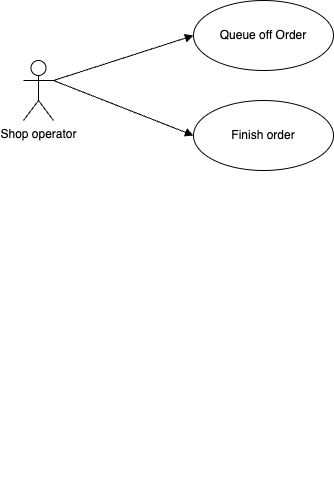
Above: solution-design/use_cases_shop_operator.png in ngocthonguyen/digital_coffee (draw.io), before the change. Source tidied: cells renumbered, new cells last; positions are measured from the earlier drawing's top-left corner, leaving out a move shared by most shapes. The source it was exported from:
```xml
<mxGraphModel>
  <root>
    <mxCell id="0" />
    <mxCell id="1" parent="0" />
    <mxCell id="2" value="&lt;div&gt;Shop operator&lt;/div&gt;" style="shape=umlActor;verticalLabelPosition=bottom;verticalAlign=top;html=1;outlineConnect=0;" parent="1" vertex="1">
      <mxGeometry y="60" width="30" height="60" as="geometry" />
    </mxCell>
    <mxCell id="3" style="edgeStyle=orthogonalEdgeStyle;rounded=0;orthogonalLoop=1;jettySize=auto;html=1;exitX=0.5;exitY=1;exitDx=0;exitDy=0;" parent="1" edge="1">
      <mxGeometry relative="1" as="geometry">
        <mxPoint x="240" y="480" as="sourcePoint" />
        <mxPoint x="240" y="480" as="targetPoint" />
      </mxGeometry>
    </mxCell>
    <mxCell id="4" value="Queue off Order" style="ellipse;whiteSpace=wrap;html=1;" parent="1" vertex="1">
      <mxGeometry x="170" width="140" height="70" as="geometry" />
    </mxCell>
    <mxCell id="5" value="Finish order" style="ellipse;whiteSpace=wrap;html=1;" parent="1" vertex="1">
      <mxGeometry x="170" y="100" width="140" height="70" as="geometry" />
    </mxCell>
    <mxCell id="6" style="html=1;verticalAlign=bottom;labelBackgroundColor=none;endArrow=block;endFill=1;rounded=0;entryX=0;entryY=0.5;entryDx=0;entryDy=0;exitX=1;exitY=0.3333333333333333;exitDx=0;exitDy=0;exitPerimeter=0;" parent="1" edge="1" source="2" target="4">
      <mxGeometry relative="1" as="geometry" />
    </mxCell>
    <mxCell id="7" style="html=1;verticalAlign=bottom;labelBackgroundColor=none;endArrow=block;endFill=1;rounded=0;entryX=0;entryY=0.5;entryDx=0;entryDy=0;exitX=1;exitY=0.3333333333333333;exitDx=0;exitDy=0;exitPerimeter=0;" parent="1" edge="1" source="2" target="5">
      <mxGeometry relative="1" as="geometry" />
    </mxCell>
  </root>
</mxGraphModel>
```
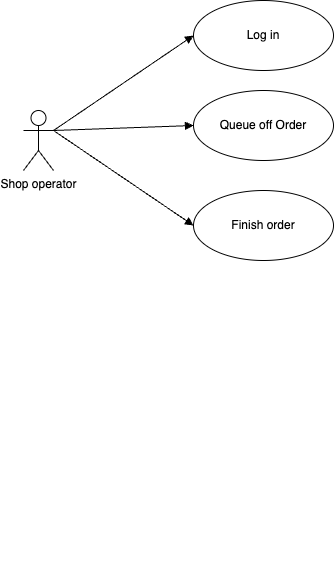
The same diagram one commit later.

What changed in the source:
```diff
@@ -3,7 +3,7 @@
     <mxCell id="0" />
     <mxCell id="1" parent="0" />
     <mxCell id="2" value="&lt;div&gt;Shop operator&lt;/div&gt;" style="shape=umlActor;verticalLabelPosition=bottom;verticalAlign=top;html=1;outlineConnect=0;" parent="1" vertex="1">
-      <mxGeometry y="60" width="30" height="60" as="geometry" />
+      <mxGeometry y="20" width="30" height="60" as="geometry" />
     </mxCell>
     <mxCell id="3" style="edgeStyle=orthogonalEdgeStyle;rounded=0;orthogonalLoop=1;jettySize=auto;html=1;exitX=0.5;exitY=1;exitDx=0;exitDy=0;" parent="1" edge="1">
       <mxGeometry relative="1" as="geometry">
@@ -23,5 +23,11 @@
     <mxCell id="7" style="html=1;verticalAlign=bottom;labelBackgroundColor=none;endArrow=block;endFill=1;rounded=0;entryX=0;entryY=0.5;entryDx=0;entryDy=0;exitX=1;exitY=0.3333333333333333;exitDx=0;exitDy=0;exitPerimeter=0;" parent="1" edge="1" source="2" target="5">
       <mxGeometry relative="1" as="geometry" />
     </mxCell>
+    <mxCell id="8" value="Log in" style="ellipse;whiteSpace=wrap;html=1;" parent="1" vertex="1">
+      <mxGeometry x="170" y="-90" width="140" height="70" as="geometry" />
+    </mxCell>
+    <mxCell id="9" style="html=1;verticalAlign=bottom;labelBackgroundColor=none;endArrow=block;endFill=1;rounded=0;entryX=0;entryY=0.5;entryDx=0;entryDy=0;exitX=1;exitY=0.3333333333333333;exitDx=0;exitDy=0;exitPerimeter=0;" parent="1" edge="1" source="2" target="8">
+      <mxGeometry relative="1" as="geometry" />
+    </mxCell>
   </root>
 </mxGraphModel>
```
